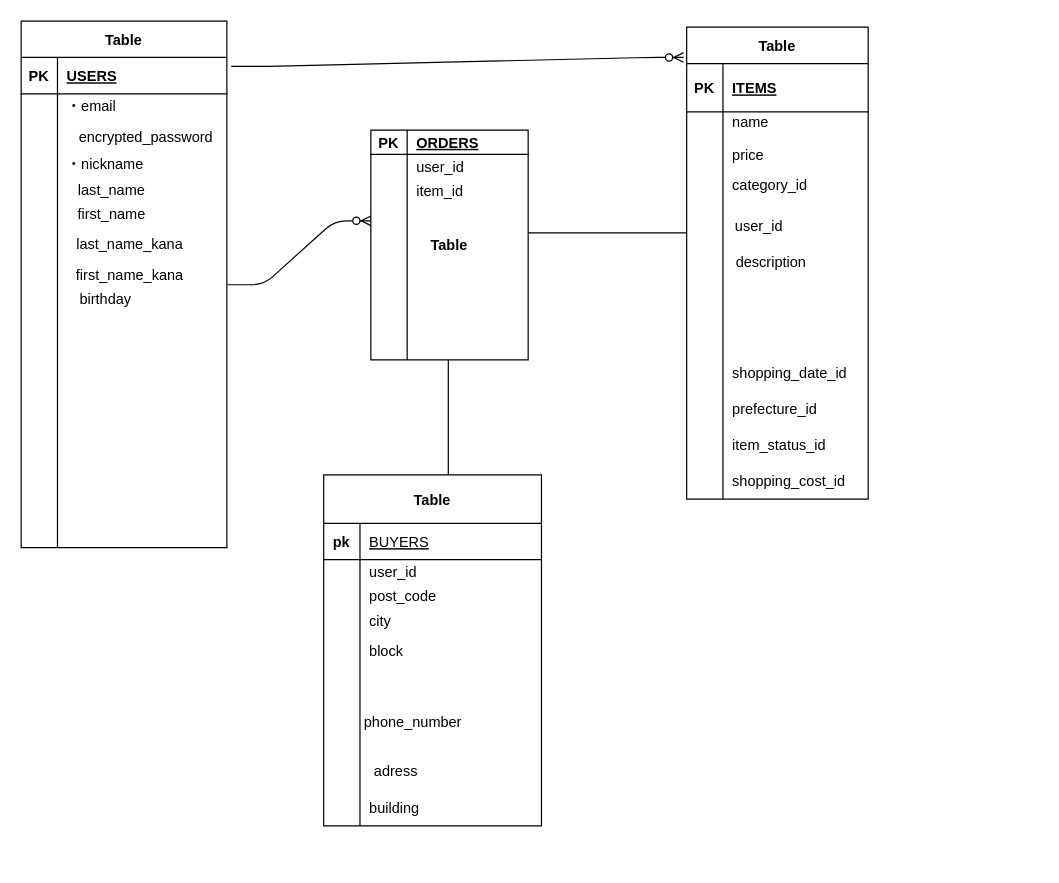
Above: furima.dio in okadahiromu/furima-39907 (draw.io), before the change. Source tidied: cells renumbered, new cells numbered last; positions are measured from the earlier drawing's top-left corner, leaving out a move shared by most shapes. Both pictures are drawn from the tidied source at 121%, with x=0, y=0 at pixel (21, 21).
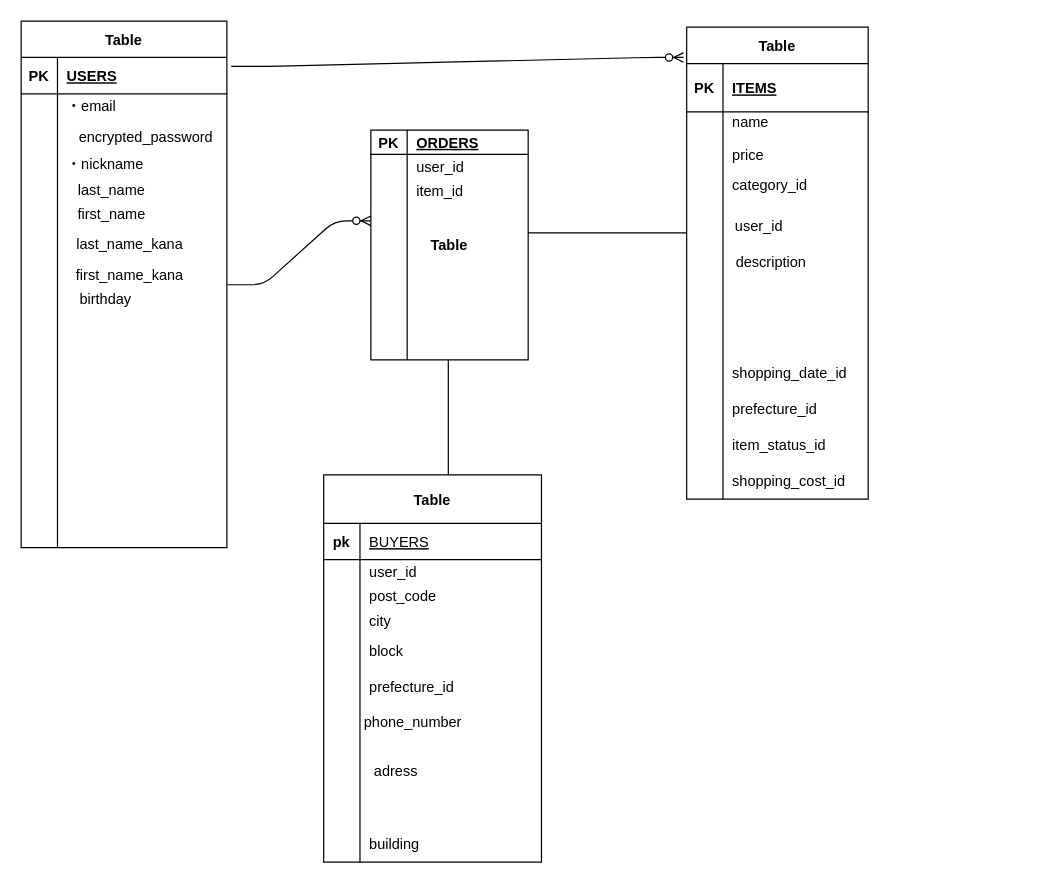
The same diagram, later.

Diff of the diagram source:
```diff
@@
     <mxCell id="59" value="Table" style="shape=table;startSize=40;childLayout=tableLayout;rowLines=0;fontStyle=1;align=center;" parent="1" vertex="1">
-      <mxGeometry x="250" y="375" width="180" height="290" as="geometry" />
+      <mxGeometry x="250" y="375" width="180" height="320" as="geometry" />
     </mxCell>
@@
+    <mxCell id="98" style="shape=tableRow;horizontal=0;startSize=0;swimlaneHead=0;swimlaneBody=0;fillColor=none;top=0;left=0;right=0;bottom=0;" parent="59" vertex="1">
+      <mxGeometry y="160" width="180" height="30" as="geometry" />
+    </mxCell>
+    <mxCell id="99" style="shape=partialRectangle;fillColor=none;top=0;left=0;bottom=0;right=0;overflow=hidden;" parent="98" vertex="1">
+      <mxGeometry width="30" height="30" as="geometry" />
+    </mxCell>
+    <mxCell id="100" value="prefecture_id" style="shape=partialRectangle;fillColor=none;top=0;left=0;bottom=0;right=0;align=left;spacingLeft=6;overflow=hidden;" parent="98" vertex="1">
+      <mxGeometry x="30" width="150" height="30" as="geometry" />
+    </mxCell>
     <mxCell id="75" style="shape=tableRow;horizontal=0;startSize=0;swimlaneHead=0;swimlaneBody=0;fillColor=none;top=0;left=0;right=0;bottom=0;" parent="59" vertex="1">
-      <mxGeometry y="160" width="180" height="100" as="geometry" />
+      <mxGeometry y="190" width="180" height="100" as="geometry" />
     </mxCell>
@@
     <mxCell id="78" style="shape=tableRow;horizontal=0;startSize=0;swimlaneHead=0;swimlaneBody=0;fillColor=none;top=0;left=0;right=0;bottom=0;" parent="59" vertex="1">
-      <mxGeometry y="260" width="180" height="30" as="geometry" />
+      <mxGeometry y="290" width="180" height="30" as="geometry" />
     </mxCell>
```
